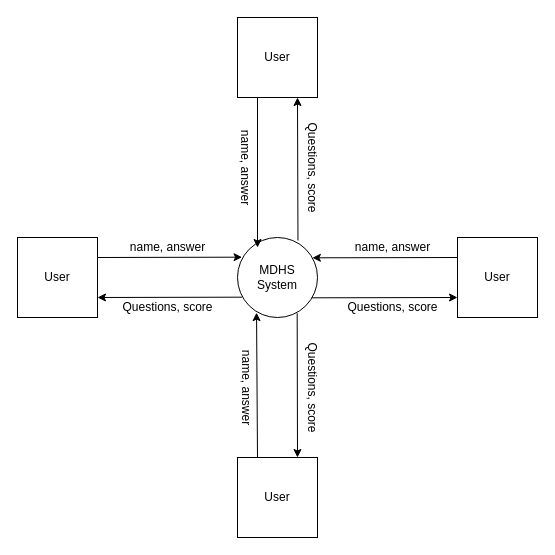
Before: Documentation/contextDiagram.drawio in afa5e/Million-Dollar-Hot-Seat, a draw.io diagram. Source tidied: cells renumbered, new cells numbered last; positions are measured from the earlier drawing's top-left corner, leaving out a move shared by most shapes. Both pictures are drawn from the tidied source at 100%, with x=0, y=0 at pixel (17, 17).
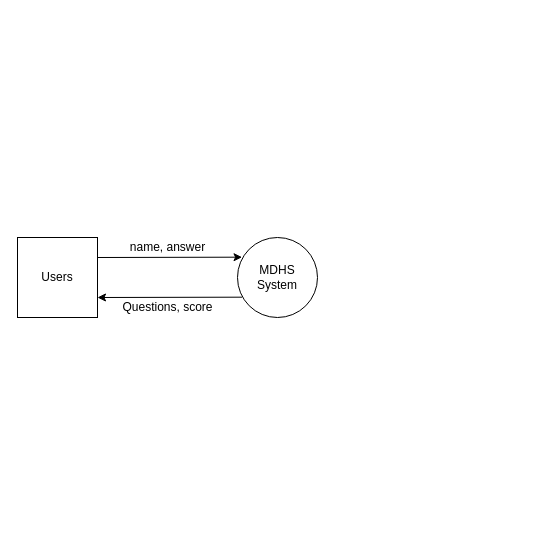
Above is the later version.

Unchanged cells that the change refers to:
```xml
<mxCell id="2" value="MDHS&lt;br&gt;System" style="ellipse;whiteSpace=wrap;html=1;" parent="1" vertex="1">
  <mxGeometry x="220" y="220" width="80" height="80" as="geometry" />
</mxCell>
```

The edit, as a diff of the source:
```diff
@@
-    <mxCell id="3" value="User" style="whiteSpace=wrap;html=1;" parent="1" vertex="1">
+    <mxCell id="3" value="Users" style="whiteSpace=wrap;html=1;" parent="1" vertex="1">
       <mxGeometry y="220" width="80" height="80" as="geometry" />
     </mxCell>
@@
-    <mxCell id="8" value="User" style="whiteSpace=wrap;html=1;" parent="1" vertex="1">
-      <mxGeometry x="440" y="220" width="80" height="80" as="geometry" />
-    </mxCell>
-    <mxCell id="9" value="name, answer" style="text;html=1;align=center;verticalAlign=middle;" parent="1" vertex="1">
-      <mxGeometry x="330" y="220" width="90" height="20" as="geometry" />
-    </mxCell>
-    <mxCell id="10" value="Questions, score" style="text;html=1;align=center;verticalAlign=middle;" parent="1" vertex="1">
-      <mxGeometry x="320" y="280" width="110" height="20" as="geometry" />
-    </mxCell>
-    <mxCell id="11" style="endArrow=classic;html=1;exitX=0;exitY=0.25;exitDx=0;exitDy=0;entryX=0.936;entryY=0.254;entryDx=0;entryDy=0;entryPerimeter=0;" parent="1" edge="1" source="8" target="2">
-      <mxGeometry relative="1" as="geometry" />
-    </mxCell>
-    <mxCell id="12" style="endArrow=classic;html=1;entryX=0;entryY=0.75;entryDx=0;entryDy=0;exitX=0.929;exitY=0.754;exitDx=0;exitDy=0;exitPerimeter=0;" parent="1" edge="1" source="2" target="8">
-      <mxGeometry relative="1" as="geometry" />
-    </mxCell>
-    <mxCell id="13" value="User" style="whiteSpace=wrap;html=1;" parent="1" vertex="1">
-      <mxGeometry x="220" width="80" height="80" as="geometry" />
-    </mxCell>
-    <mxCell id="14" value="name, answer" style="text;html=1;align=center;verticalAlign=middle;rotation=90;" parent="1" vertex="1">
-      <mxGeometry x="183" y="140" width="90" height="20" as="geometry" />
-    </mxCell>
-    <mxCell id="15" value="Questions, score" style="text;html=1;align=center;verticalAlign=middle;rotation=90;" parent="1" vertex="1">
-      <mxGeometry x="240" y="140" width="110" height="20" as="geometry" />
-    </mxCell>
-    <mxCell id="16" style="endArrow=classic;html=1;exitX=0.25;exitY=1;exitDx=0;exitDy=0;entryX=0.25;entryY=0.125;entryDx=0;entryDy=0;entryPerimeter=0;" parent="1" edge="1" source="13" target="2">
-      <mxGeometry relative="1" as="geometry" />
-    </mxCell>
-    <mxCell id="17" style="endArrow=classic;html=1;entryX=0.75;entryY=1;entryDx=0;entryDy=0;exitX=0.756;exitY=0.038;exitDx=0;exitDy=0;exitPerimeter=0;" parent="1" edge="1" source="2" target="13">
-      <mxGeometry relative="1" as="geometry" />
-    </mxCell>
-    <mxCell id="18" value="User" style="whiteSpace=wrap;html=1;" parent="1" vertex="1">
-      <mxGeometry x="220" y="440" width="80" height="80" as="geometry" />
-    </mxCell>
-    <mxCell id="19" style="endArrow=classic;html=1;exitX=0.25;exitY=0;exitDx=0;exitDy=0;entryX=0.238;entryY=0.939;entryDx=0;entryDy=0;entryPerimeter=0;" parent="1" edge="1" source="18" target="2">
-      <mxGeometry relative="1" as="geometry" />
-    </mxCell>
-    <mxCell id="20" style="endArrow=none;html=1;exitX=0.75;exitY=0;exitDx=0;exitDy=0;entryX=0.746;entryY=0.946;entryDx=0;entryDy=0;entryPerimeter=0;startArrow=classic;startFill=1;endFill=0;" parent="1" edge="1" source="18" target="2">
-      <mxGeometry relative="1" as="geometry" />
-    </mxCell>
-    <mxCell id="21" value="name, answer" style="text;html=1;align=center;verticalAlign=middle;rotation=90;" parent="1" vertex="1">
-      <mxGeometry x="184" y="360" width="90" height="20" as="geometry" />
-    </mxCell>
-    <mxCell id="22" value="Questions, score" style="text;html=1;align=center;verticalAlign=middle;rotation=90;" parent="1" vertex="1">
-      <mxGeometry x="240" y="360" width="110" height="20" as="geometry" />
-    </mxCell>
```
